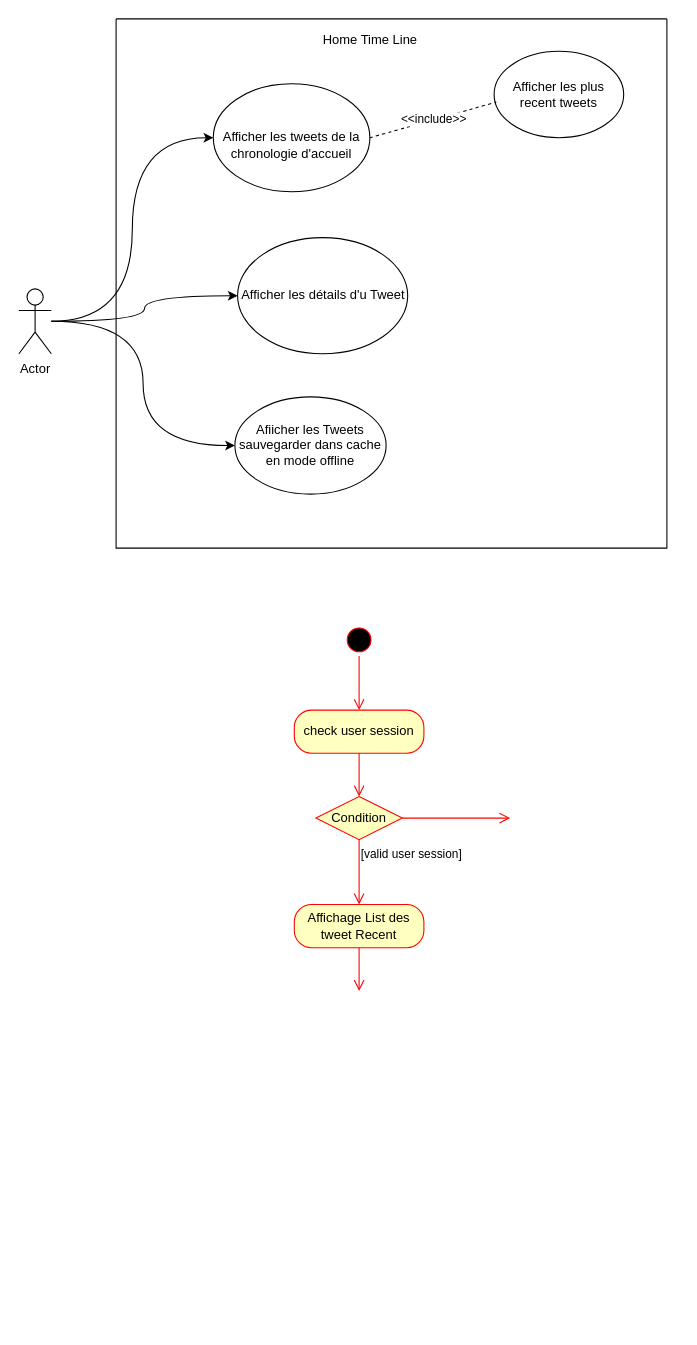
anassrami16/ALBC-DIAGRAME keeps this draw.io diagram as Untitled Diagram.drawio. Above is the earlier version. Source tidied: cells renumbered, new cells numbered last; positions are measured from the earlier drawing's top-left corner, leaving out a move shared by most shapes. Both pictures are drawn from the tidied source at 108%, with x=0, y=0 at pixel (18, 18).
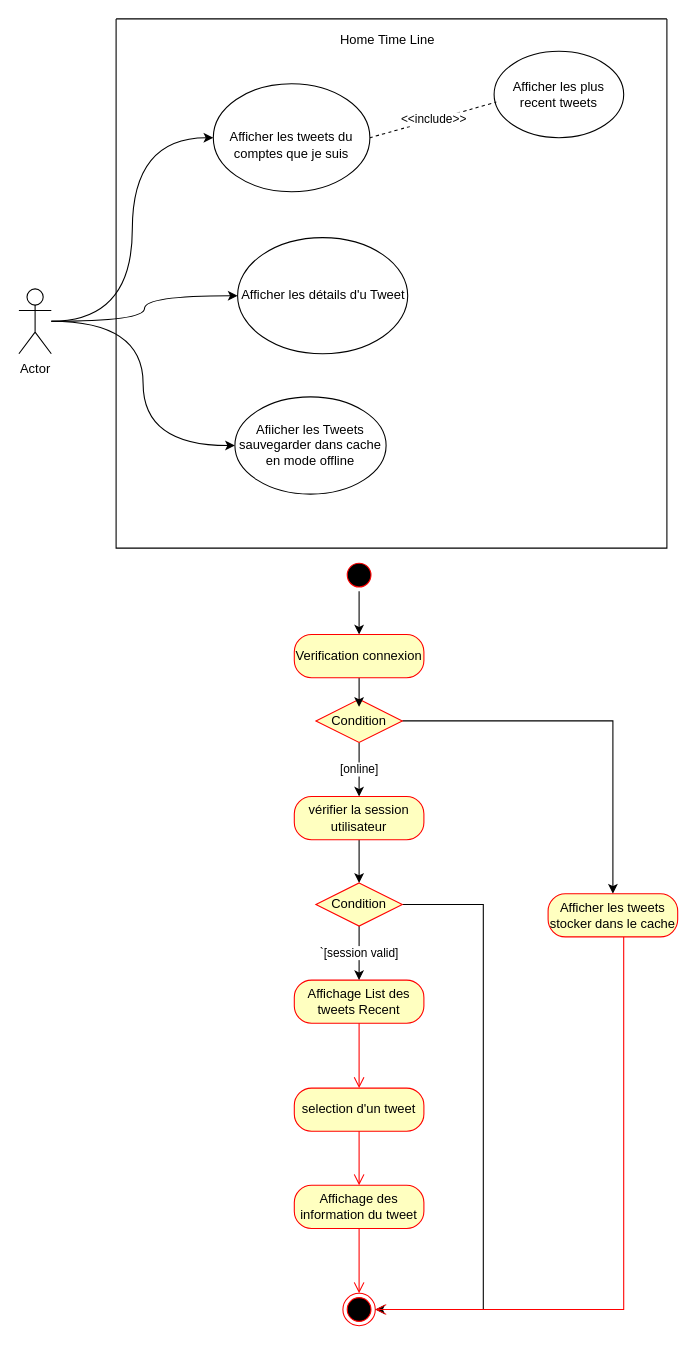
The same page after the edit.

Unchanged cells that the change refers to:
```xml
<mxCell id="6" style="swimlane;startSize=0;" parent="1" vertex="1">
  <mxGeometry x="90" width="510" height="490" as="geometry" />
</mxCell>
```

Diff of the diagram source:
```diff
@@
     <mxCell id="7" value="Home Time Line" style="text;html=1;align=center;verticalAlign=middle;strokeColor=none;fillColor=none;" parent="6" vertex="1">
-      <mxGeometry x="185" y="10" width="100" height="20" as="geometry" />
+      <mxGeometry x="201" y="10" width="100" height="20" as="geometry" />
     </mxCell>
-    <mxCell id="8" value="&lt;div&gt;&lt;br&gt;&lt;/div&gt;&lt;div&gt;Afficher les tweets de la chronologie d'accueil&lt;/div&gt;" style="ellipse;whiteSpace=wrap;html=1;" parent="6" vertex="1">
+    <mxCell id="8" value="&lt;div&gt;&lt;br&gt;&lt;/div&gt;&lt;div&gt;Afficher les tweets du comptes que je suis&lt;/div&gt;" style="ellipse;whiteSpace=wrap;html=1;" parent="6" vertex="1">
       <mxGeometry x="90" y="60" width="145" height="100" as="geometry" />
     </mxCell>
@@
+    <mxCell id="22" style="edgeStyle=none;rounded=0;jettySize=auto;html=1;" parent="1" edge="1" source="13" target="35">
+      <mxGeometry relative="1" as="geometry" />
+    </mxCell>
     <mxCell id="13" style="ellipse;html=1;shape=startState;fillColor=#000000;strokeColor=#ff0000;" parent="1" vertex="1">
-      <mxGeometry x="300" y="560" width="30" height="30" as="geometry" />
+      <mxGeometry x="300" y="500" width="30" height="30" as="geometry" />
     </mxCell>
-    <mxCell id="14" style="edgeStyle=orthogonalEdgeStyle;html=1;verticalAlign=bottom;endArrow=open;endSize=8;strokeColor=#ff0000;rounded=0;curved=1;entryX=0.5;entryY=0;entryDx=0;entryDy=0;" parent="1" edge="1" source="13" target="15">
-      <mxGeometry relative="1" as="geometry" />
-    </mxCell>
+    <mxCell id="23" style="edgeStyle=none;rounded=0;jettySize=auto;html=1;entryX=0.5;entryY=0;entryDx=0;entryDy=0;" parent="1" edge="1" source="15" target="33">
+      <mxGeometry relative="1" as="geometry" />
+    </mxCell>
-    <mxCell id="15" value="check user session" style="rounded=1;whiteSpace=wrap;html=1;arcSize=40;fontColor=#000000;fillColor=#ffffc0;strokeColor=#ff0000;" parent="1" vertex="1">
-      <mxGeometry x="255" y="640" width="120" height="40" as="geometry" />
+    <mxCell id="15" value="&lt;div&gt;&lt;br&gt;&lt;/div&gt;&lt;div&gt;vérifier la session utilisateur&lt;/div&gt;&lt;div&gt;&lt;br&gt;&lt;/div&gt;" style="rounded=1;whiteSpace=wrap;html=1;arcSize=40;fontColor=#000000;fillColor=#ffffc0;strokeColor=#ff0000;" parent="1" vertex="1">
+      <mxGeometry x="255" y="720" width="120" height="40" as="geometry" />
     </mxCell>
-    <mxCell id="16" style="edgeStyle=orthogonalEdgeStyle;html=1;verticalAlign=bottom;endArrow=open;endSize=8;strokeColor=#ff0000;rounded=0;curved=1;" parent="1" edge="1" source="15" target="17">
-      <mxGeometry relative="1" as="geometry" />
-    </mxCell>
+    <mxCell id="24" value="[online]" style="edgeStyle=orthogonalEdgeStyle;rounded=0;jettySize=auto;html=1;" parent="1" edge="1" source="17" target="15">
+      <mxGeometry relative="1" as="geometry" />
+    </mxCell>
+    <mxCell id="25" style="edgeStyle=orthogonalEdgeStyle;rounded=0;jettySize=auto;html=1;" parent="1" edge="1" source="17" target="36">
+      <mxGeometry relative="1" as="geometry" />
+    </mxCell>
     <mxCell id="17" value="Condition" style="rhombus;whiteSpace=wrap;html=1;fillColor=#ffffc0;strokeColor=#ff0000;" parent="1" vertex="1">
-      <mxGeometry x="275" y="720" width="80" height="40" as="geometry" />
+      <mxGeometry x="275" y="630" width="80" height="40" as="geometry" />
     </mxCell>
-    <mxCell id="18" style="edgeStyle=orthogonalEdgeStyle;html=1;align=left;verticalAlign=bottom;endArrow=open;endSize=8;strokeColor=#ff0000;rounded=0;curved=1;" parent="1" edge="1" source="17">
-      <mxGeometry x="-1" relative="1" as="geometry">
-        <mxPoint x="455" y="740" as="targetPoint" />
-      </mxGeometry>
-    </mxCell>
-    <mxCell id="19" value="[valid user session]" style="edgeStyle=orthogonalEdgeStyle;html=1;align=left;verticalAlign=top;endArrow=open;endSize=8;strokeColor=#ff0000;rounded=0;curved=1;entryX=0.5;entryY=0;entryDx=0;entryDy=0;" parent="1" edge="1" source="17" target="20">
-      <mxGeometry x="-1" relative="1" as="geometry" />
-    </mxCell>
-    <mxCell id="20" value="Affichage List des tweet Recent" style="rounded=1;whiteSpace=wrap;html=1;arcSize=40;fontColor=#000000;fillColor=#ffffc0;strokeColor=#ff0000;" parent="1" vertex="1">
-      <mxGeometry x="255" y="820" width="120" height="40" as="geometry" />
+    <mxCell id="20" value="Affichage List des tweets Recent" style="rounded=1;whiteSpace=wrap;html=1;arcSize=40;fontColor=#000000;fillColor=#ffffc0;strokeColor=#ff0000;" parent="1" vertex="1">
+      <mxGeometry x="255" y="890" width="120" height="40" as="geometry" />
     </mxCell>
-    <mxCell id="21" style="edgeStyle=orthogonalEdgeStyle;html=1;verticalAlign=bottom;endArrow=open;endSize=8;strokeColor=#ff0000;rounded=0;curved=1;" parent="1" edge="1" source="20">
-      <mxGeometry relative="1" as="geometry">
-        <mxPoint x="315" y="900" as="targetPoint" />
-      </mxGeometry>
+    <mxCell id="21" style="edgeStyle=orthogonalEdgeStyle;html=1;verticalAlign=bottom;endArrow=open;endSize=8;strokeColor=#ff0000;rounded=0;curved=1;entryX=0.5;entryY=0;entryDx=0;entryDy=0;" parent="1" edge="1" source="20" target="26">
+      <mxGeometry relative="1" as="geometry" />
     </mxCell>
+    <mxCell id="26" value="selection d'un tweet" style="rounded=1;whiteSpace=wrap;html=1;arcSize=40;fontColor=#000000;fillColor=#ffffc0;strokeColor=#ff0000;" parent="1" vertex="1">
+      <mxGeometry x="255" y="990" width="120" height="40" as="geometry" />
+    </mxCell>
+    <mxCell id="27" style="edgeStyle=orthogonalEdgeStyle;html=1;verticalAlign=bottom;endArrow=open;endSize=8;strokeColor=#ff0000;rounded=0;curved=1;entryX=0.5;entryY=0;entryDx=0;entryDy=0;" parent="1" edge="1" source="26" target="28">
+      <mxGeometry relative="1" as="geometry" />
+    </mxCell>
+    <mxCell id="28" value="Affichage des information du tweet" style="rounded=1;whiteSpace=wrap;html=1;arcSize=40;fontColor=#000000;fillColor=#ffffc0;strokeColor=#ff0000;" parent="1" vertex="1">
+      <mxGeometry x="255" y="1080" width="120" height="40" as="geometry" />
+    </mxCell>
+    <mxCell id="29" style="edgeStyle=orthogonalEdgeStyle;html=1;verticalAlign=bottom;endArrow=open;endSize=8;strokeColor=#ff0000;rounded=0;curved=1;" parent="1" edge="1" source="28" target="30">
+      <mxGeometry relative="1" as="geometry" />
+    </mxCell>
+    <mxCell id="30" style="ellipse;html=1;shape=endState;fillColor=#000000;strokeColor=#ff0000;" parent="1" vertex="1">
+      <mxGeometry x="300" y="1180" width="30" height="30" as="geometry" />
+    </mxCell>
+    <mxCell id="31" value="`[session valid]" style="edgeStyle=none;rounded=0;jettySize=auto;html=1;entryX=0.5;entryY=0;entryDx=0;entryDy=0;" parent="1" edge="1" source="33" target="20">
+      <mxGeometry relative="1" as="geometry" />
+    </mxCell>
+    <mxCell id="32" style="edgeStyle=orthogonalEdgeStyle;rounded=0;jettySize=auto;html=1;entryX=1;entryY=0.5;entryDx=0;entryDy=0;" parent="1" edge="1" source="33" target="30">
+      <mxGeometry relative="1" as="geometry">
+        <Array as="points">
+          <mxPoint x="430" y="820" />
+          <mxPoint x="430" y="1195" />
+        </Array>
+      </mxGeometry>
+    </mxCell>
+    <mxCell id="33" value="Condition" style="rhombus;whiteSpace=wrap;html=1;fillColor=#ffffc0;strokeColor=#ff0000;" parent="1" vertex="1">
+      <mxGeometry x="275" y="800" width="80" height="40" as="geometry" />
+    </mxCell>
+    <mxCell id="34" style="edgeStyle=orthogonalEdgeStyle;rounded=0;jettySize=auto;html=1;entryX=0.5;entryY=0.175;entryDx=0;entryDy=0;entryPerimeter=0;" parent="1" edge="1" source="35" target="17">
+      <mxGeometry relative="1" as="geometry" />
+    </mxCell>
+    <mxCell id="35" value="Verification connexion" style="rounded=1;whiteSpace=wrap;html=1;arcSize=40;fontColor=#000000;fillColor=#ffffc0;strokeColor=#ff0000;" parent="1" vertex="1">
+      <mxGeometry x="255" y="570" width="120" height="40" as="geometry" />
+    </mxCell>
+    <mxCell id="36" value="Afficher les tweets stocker dans le cache" style="rounded=1;whiteSpace=wrap;html=1;arcSize=40;fontColor=#000000;fillColor=#ffffc0;strokeColor=#ff0000;" parent="1" vertex="1">
+      <mxGeometry x="490" y="810" width="120" height="40" as="geometry" />
+    </mxCell>
+    <mxCell id="37" style="edgeStyle=orthogonalEdgeStyle;html=1;verticalAlign=bottom;endArrow=open;endSize=8;strokeColor=#ff0000;rounded=0;entryX=1;entryY=0.5;entryDx=0;entryDy=0;" parent="1" edge="1" source="36" target="30">
+      <mxGeometry relative="1" as="geometry">
+        <Array as="points">
+          <mxPoint x="560" y="1195" />
+        </Array>
+      </mxGeometry>
+    </mxCell>
```
